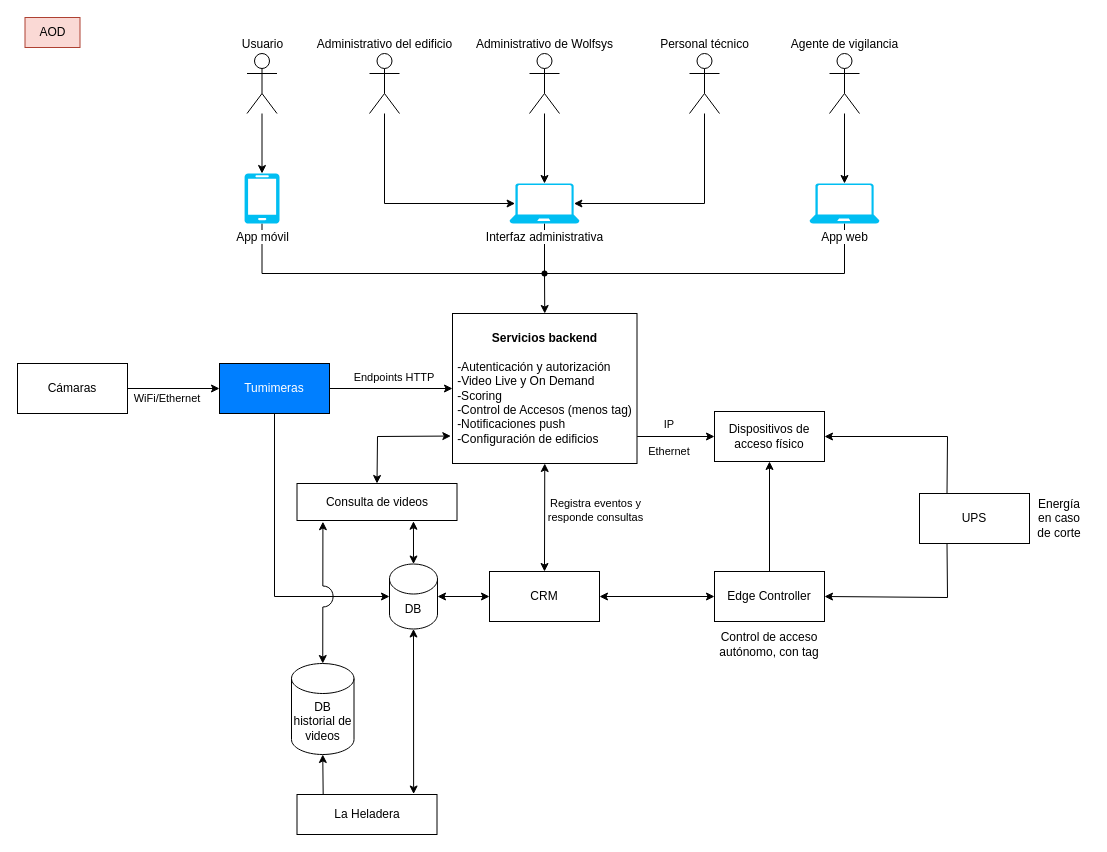
Before: Documentación de la arquitectura/Diagramas/Editables-drawio/AOD.drawio in LIMoreno04/Caso-de-estudio---WolfSys---Arquitectura, a draw.io diagram. Source tidied: cells renumbered, new cells numbered last; positions are measured from the earlier drawing's top-left corner, leaving out a move shared by most shapes. Both pictures are drawn from the tidied source at 100%, with x=0, y=0 at pixel (17, 17).
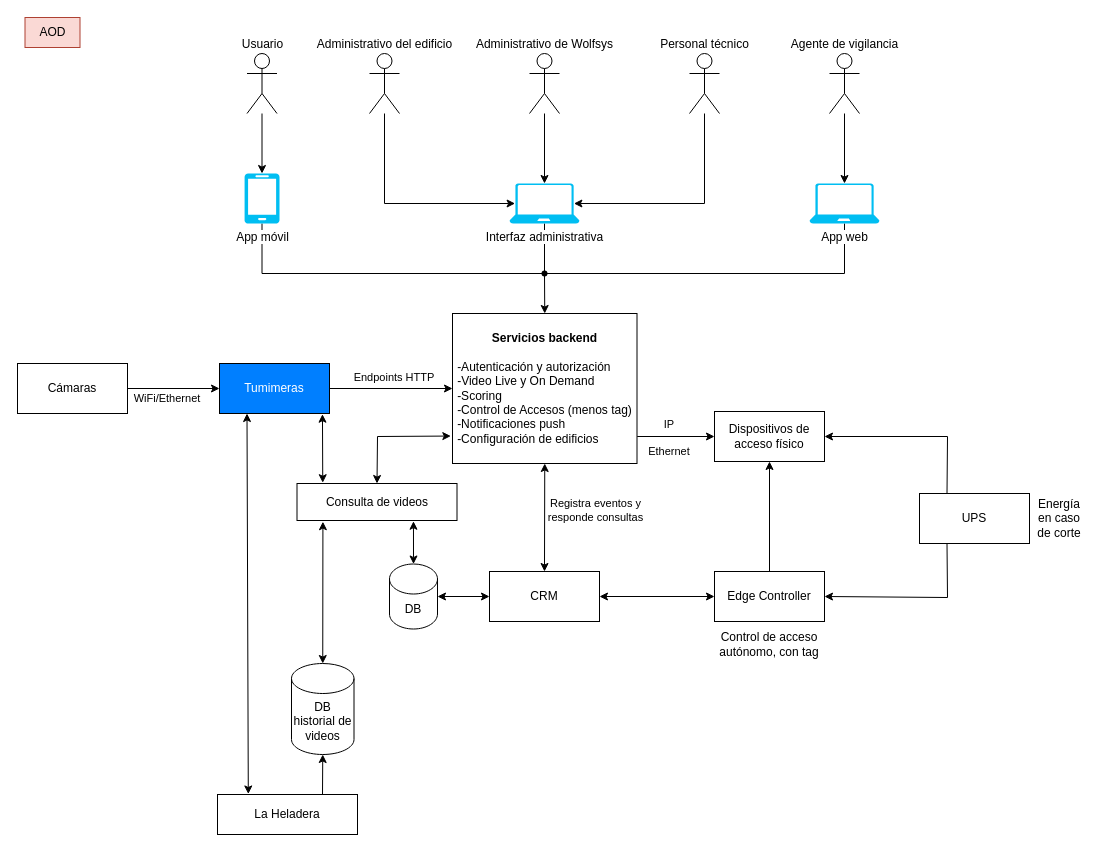
Above is the later version.

Unchanged cells that the change refers to:
```xml
<mxCell id="24" value="Tumimeras" style="html=1;whiteSpace=wrap;labelBackgroundColor=none;fontColor=light-dark(#ffffff, #ededed);fillColor=#007FFF;" parent="1" vertex="1">
  <mxGeometry x="202" y="346" width="110" height="50" as="geometry" />
</mxCell>
<mxCell id="28" value="DB" style="shape=cylinder3;whiteSpace=wrap;html=1;boundedLbl=1;backgroundOutline=1;size=15;" parent="1" vertex="1">
  <mxGeometry x="372" y="546.5" width="48" height="65" as="geometry" />
</mxCell>
<mxCell id="39" value="Consulta de videos" style="html=1;whiteSpace=wrap;" parent="1" vertex="1">
  <mxGeometry x="279.5" y="466" width="160" height="37" as="geometry" />
</mxCell>
<mxCell id="41" value="DB historial de videos" style="shape=cylinder3;whiteSpace=wrap;html=1;boundedLbl=1;backgroundOutline=1;size=15;" parent="1" vertex="1">
  <mxGeometry x="274" y="646" width="62.5" height="91" as="geometry" />
</mxCell>
```

Change to the diagram source:
```diff
@@
-    <mxCell id="23" style="rounded=0;jettySize=auto;html=1;exitX=0.5;exitY=1;exitDx=0;exitDy=0;entryX=0;entryY=0.5;entryDx=0;entryDy=0;entryPerimeter=0;" parent="1" edge="1" source="24" target="28">
-      <mxGeometry relative="1" as="geometry">
-        <Array as="points">
-          <mxPoint x="257" y="579" />
-        </Array>
-      </mxGeometry>
-    </mxCell>
@@
     <mxCell id="43" value="La Heladera" style="html=1;whiteSpace=wrap;" parent="1" vertex="1">
-      <mxGeometry x="279.5" y="777" width="140" height="40" as="geometry" />
+      <mxGeometry x="200" y="777" width="140" height="40" as="geometry" />
     </mxCell>
-    <mxCell id="44" style="endArrow=classic;html=1;rounded=0;exitX=0.5;exitY=1;exitDx=0;exitDy=0;exitPerimeter=0;entryX=0.833;entryY=-0.012;entryDx=0;entryDy=0;entryPerimeter=0;startArrow=classic;startFill=1;" parent="1" edge="1" source="28" target="43">
-      <mxGeometry relative="1" as="geometry" />
-    </mxCell>
-    <mxCell id="45" style="endArrow=classic;html=1;rounded=0;exitX=0.187;exitY=0.01;exitDx=0;exitDy=0;exitPerimeter=0;entryX=0.5;entryY=1;entryDx=0;entryDy=0;entryPerimeter=0;" parent="1" edge="1" source="43" target="41">
+    <mxCell id="45" style="endArrow=classic;html=1;rounded=0;exitX=0.75;exitY=0;exitDx=0;exitDy=0;entryX=0.5;entryY=1;entryDx=0;entryDy=0;entryPerimeter=0;" parent="1" edge="1" source="43" target="41">
       <mxGeometry relative="1" as="geometry" />
     </mxCell>
@@
+    <mxCell id="54" style="endArrow=classic;html=1;rounded=0;entryX=0.161;entryY=-0.021;entryDx=0;entryDy=0;entryPerimeter=0;jumpStyle=arc;jumpSize=21;startFill=1;startArrow=classic;exitX=0.936;exitY=1.014;exitDx=0;exitDy=0;endFill=1;exitPerimeter=0;" parent="1" edge="1" source="24" target="39">
+      <mxGeometry relative="1" as="geometry" />
+    </mxCell>
+    <mxCell id="55" style="endArrow=classic;html=1;rounded=0;exitX=0.25;exitY=1;exitDx=0;exitDy=0;entryX=0.22;entryY=-0.013;entryDx=0;entryDy=0;entryPerimeter=0;startArrow=classic;startFill=1;endFill=1;" parent="1" edge="1" source="24" target="43">
+      <mxGeometry relative="1" as="geometry" />
+    </mxCell>
```
